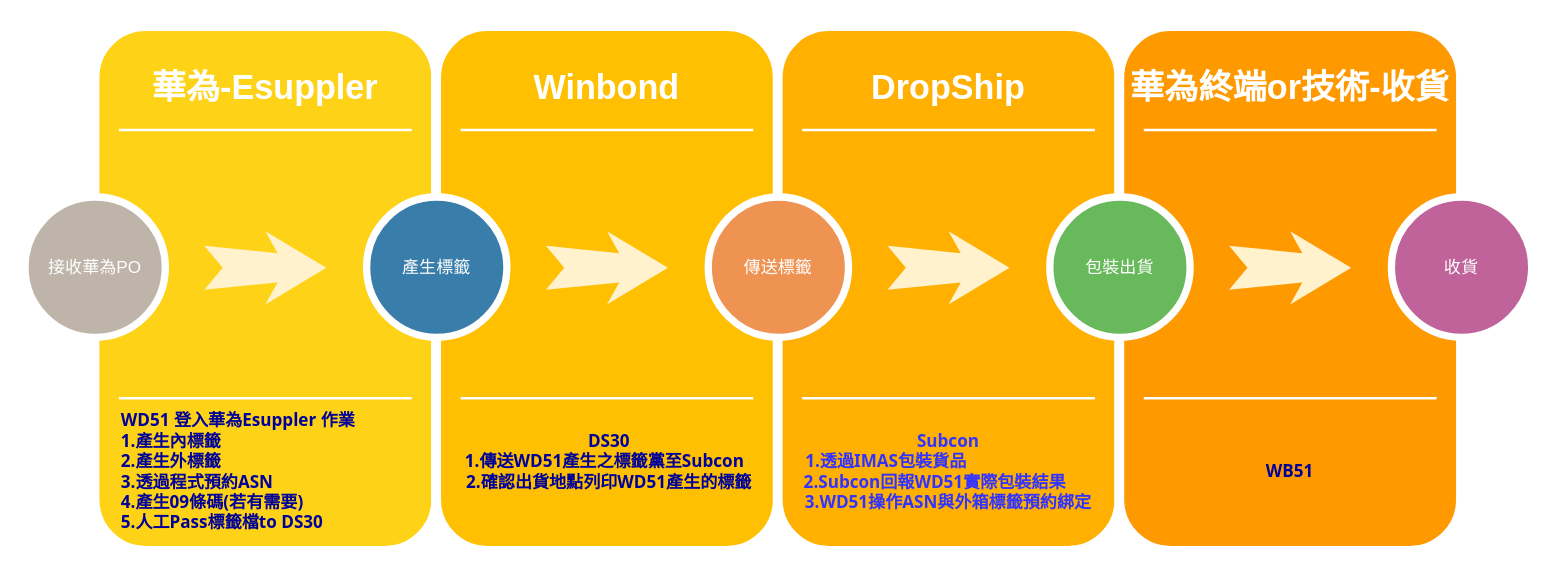
Charles886/DrawIO keeps this draw.io diagram as Huawei_ASN_Label_Manual.drawio. Above is the earlier version. Source tidied: cells renumbered, new cells numbered last; positions are measured from the earlier drawing's top-left corner, leaving out a move shared by most shapes. Both pictures are drawn from the tidied source at 122%, with x=0, y=0 at pixel (24, 26).
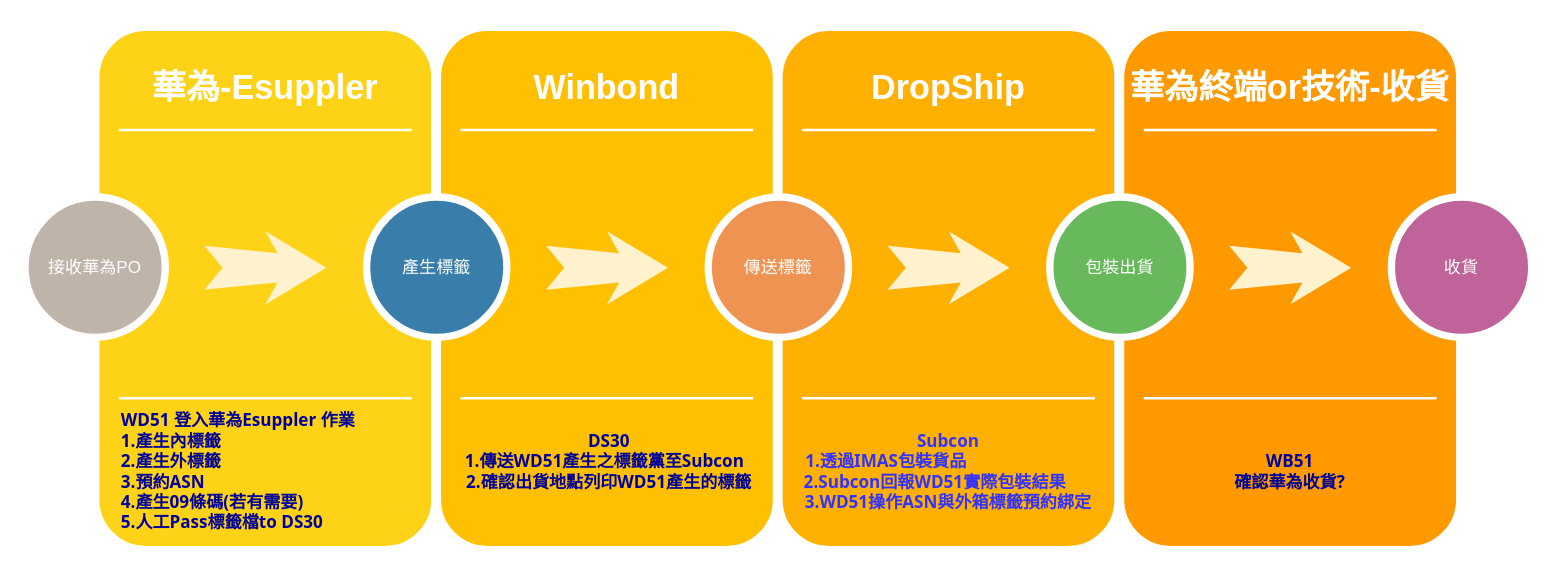
The same page after the edit.

What changed in the source:
```diff
@@
-    <mxCell id="4" value="WD51 登入華為Esuppler 作業&lt;br&gt;&lt;span&gt;1.產生內標籤&lt;/span&gt;&lt;br&gt;&lt;span&gt;2.產生外標籤&lt;/span&gt;&lt;br&gt;&lt;span&gt;3.透過程式預約ASN&lt;/span&gt;&lt;br&gt;&lt;span&gt;4.產生09條碼(若有需要)&lt;/span&gt;&lt;br&gt;&lt;span&gt;5.人工Pass標籤檔to DS30&lt;/span&gt;" style="text;strokeColor=none;fillColor=none;align=left;verticalAlign=middle;rounded=0;shadow=0;fontSize=14;fontColor=#000099;fontStyle=1;labelBackgroundColor=none;whiteSpace=wrap;html=1;fontFamily=Tahoma;" parent="1" vertex="1">
+    <mxCell id="4" value="WD51 登入華為Esuppler 作業&lt;br&gt;&lt;span&gt;1.產生內標籤&lt;/span&gt;&lt;br&gt;&lt;span&gt;2.產生外標籤&lt;/span&gt;&lt;br&gt;&lt;span&gt;3.預約ASN&lt;/span&gt;&lt;br&gt;&lt;span&gt;4.產生09條碼(若有需要)&lt;/span&gt;&lt;br&gt;&lt;span&gt;5.人工Pass標籤檔to DS30&lt;/span&gt;" style="text;strokeColor=none;fillColor=none;align=left;verticalAlign=middle;rounded=0;shadow=0;fontSize=14;fontColor=#000099;fontStyle=1;labelBackgroundColor=none;whiteSpace=wrap;html=1;fontFamily=Tahoma;" parent="1" vertex="1">
       <mxGeometry x="77" y="320" width="280" height="90" as="geometry" />
     </mxCell>
@@
-    <mxCell id="25" value="WB51" style="text;html=1;strokeColor=none;fillColor=none;align=center;verticalAlign=middle;whiteSpace=wrap;rounded=0;shadow=0;fontSize=14;fontColor=#000099;fontStyle=1;fontFamily=Tahoma;" parent="1" vertex="1">
+    <mxCell id="25" value="WB51&lt;br&gt;確認華為收貨?" style="text;html=1;strokeColor=none;fillColor=none;align=center;verticalAlign=middle;whiteSpace=wrap;rounded=0;shadow=0;fontSize=14;fontColor=#000099;fontStyle=1;fontFamily=Tahoma;" parent="1" vertex="1">
       <mxGeometry x="897" y="320" width="280" height="90" as="geometry" />
     </mxCell>
```
